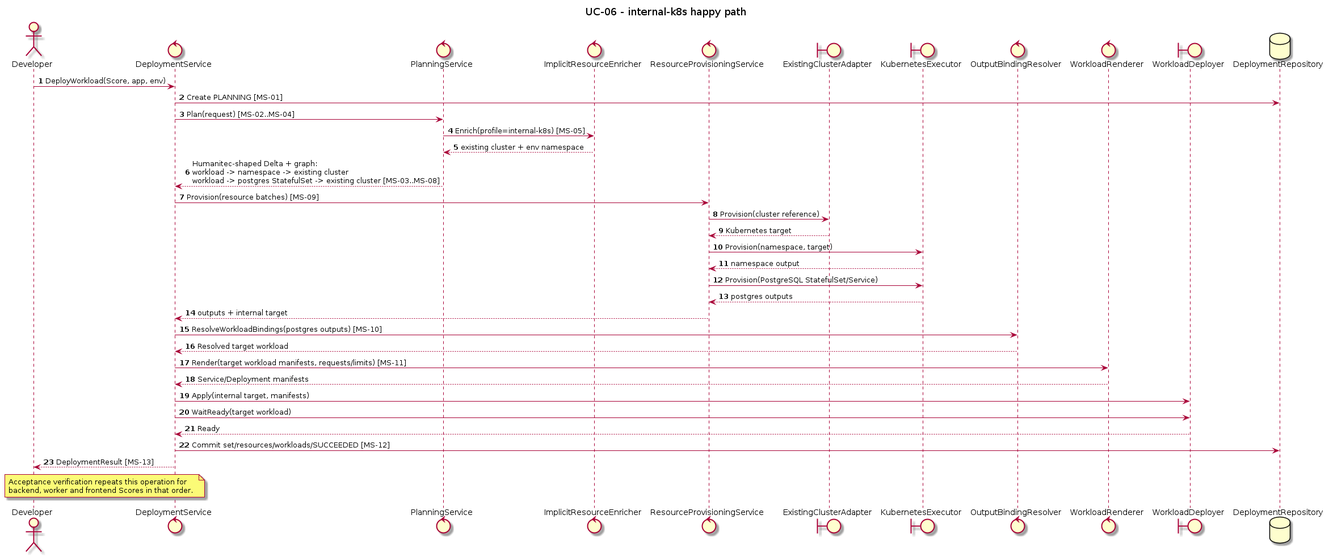
The PlantUML diagram orchestrator_docs/usecase/UC-06/sequence-internal.png in pr3s3nt/poc, before a commit. Its source is kept beside it as orchestrator_docs/usecase/UC-06/sequence-internal.puml.
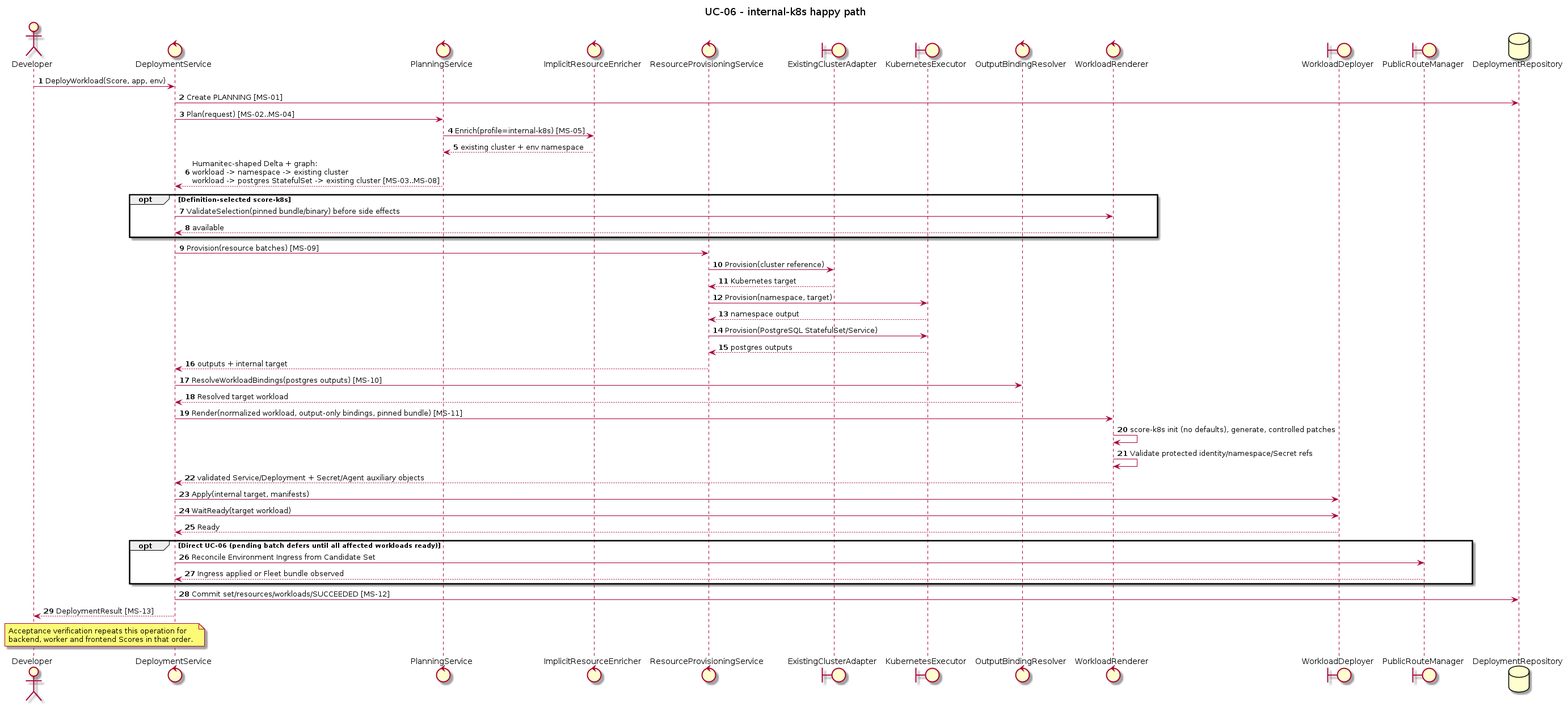
After the commit.

The edit, as a diff of the source:
```diff
@@ -20,6 +20,10 @@
 Planner -> Enricher: Enrich(profile=internal-k8s) [MS-05]
 Enricher --> Planner: existing cluster + env namespace
 Planner --> Service: Humanitec-shaped Delta + graph:\nworkload -> namespace -> existing cluster\nworkload -> postgres StatefulSet -> existing cluster [MS-03..MS-08]
+opt Definition-selected score-k8s
+  Service -> Renderer: ValidateSelection(pinned bundle/binary) before side effects
+  Renderer --> Service: available
+end
 Service -> Provisioner: Provision(resource batches) [MS-09]
 Provisioner -> ExistingCluster: Provision(cluster reference)
 ExistingCluster --> Provisioner: Kubernetes target
@@ -30,8 +34,10 @@
 Provisioner --> Service: outputs + internal target
 Service -> Resolver: ResolveWorkloadBindings(postgres outputs) [MS-10]
 Resolver --> Service: Resolved target workload
-Service -> Renderer: Render(target workload manifests, requests/limits) [MS-11]
-Renderer --> Service: Service/Deployment manifests
+Service -> Renderer: Render(normalized workload, output-only bindings, pinned bundle) [MS-11]
+Renderer -> Renderer: score-k8s init (no defaults), generate, controlled patches
+Renderer -> Renderer: Validate protected identity/namespace/Secret refs
+Renderer --> Service: validated Service/Deployment + Secret/Agent auxiliary objects
 Service -> WorkloadK8s: Apply(internal target, manifests)
 Service -> WorkloadK8s: WaitReady(target workload)
 WorkloadK8s --> Service: Ready
@@ -45,4 +51,5 @@
 Acceptance verification repeats this operation for
 backend, worker and frontend Scores in that order.
 end note
+
 @enduml
```
